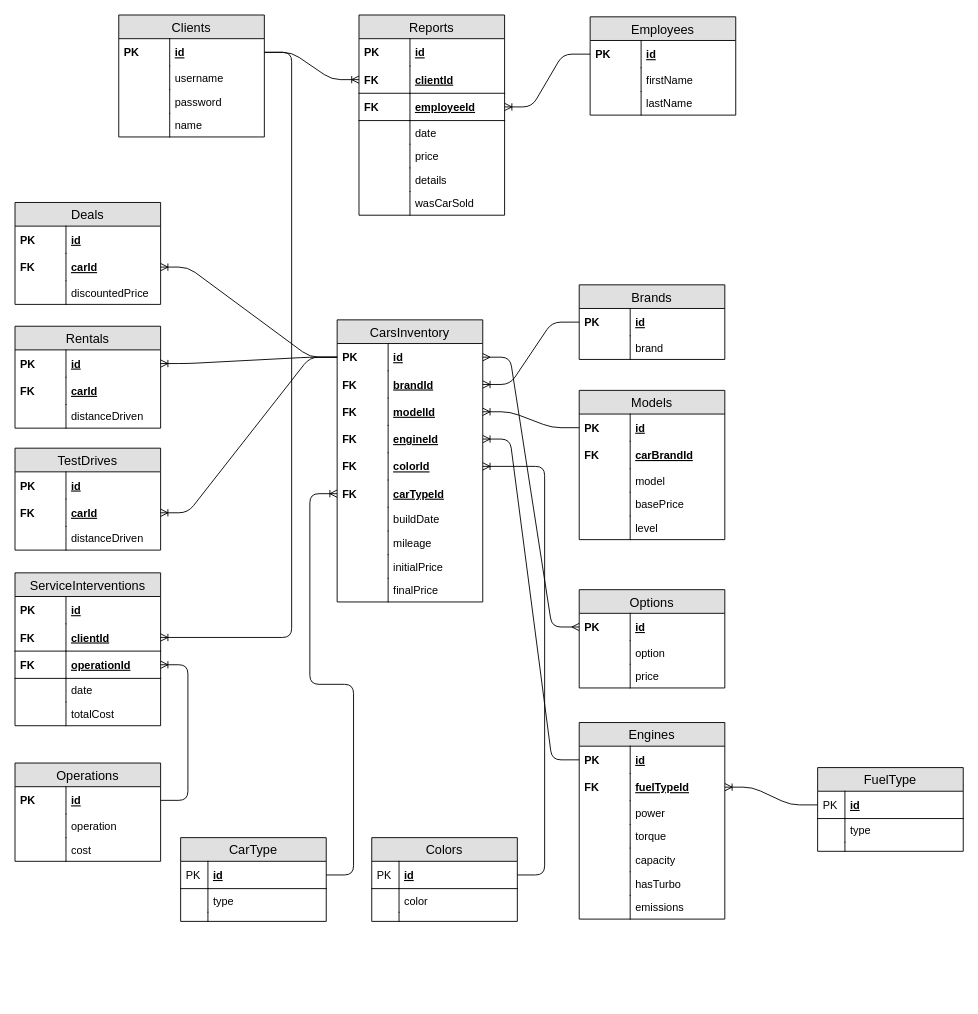
This is DB/CarDealerDB.drawio from alintintesan/CarDealer, a draw.io file, before an edit. Source tidied: cells renumbered, new cells numbered last; positions are measured from the earlier drawing's top-left corner, leaving out a move shared by most shapes. Both pictures are drawn from the tidied source at 91%, with x=0, y=0 at pixel (15, 15).
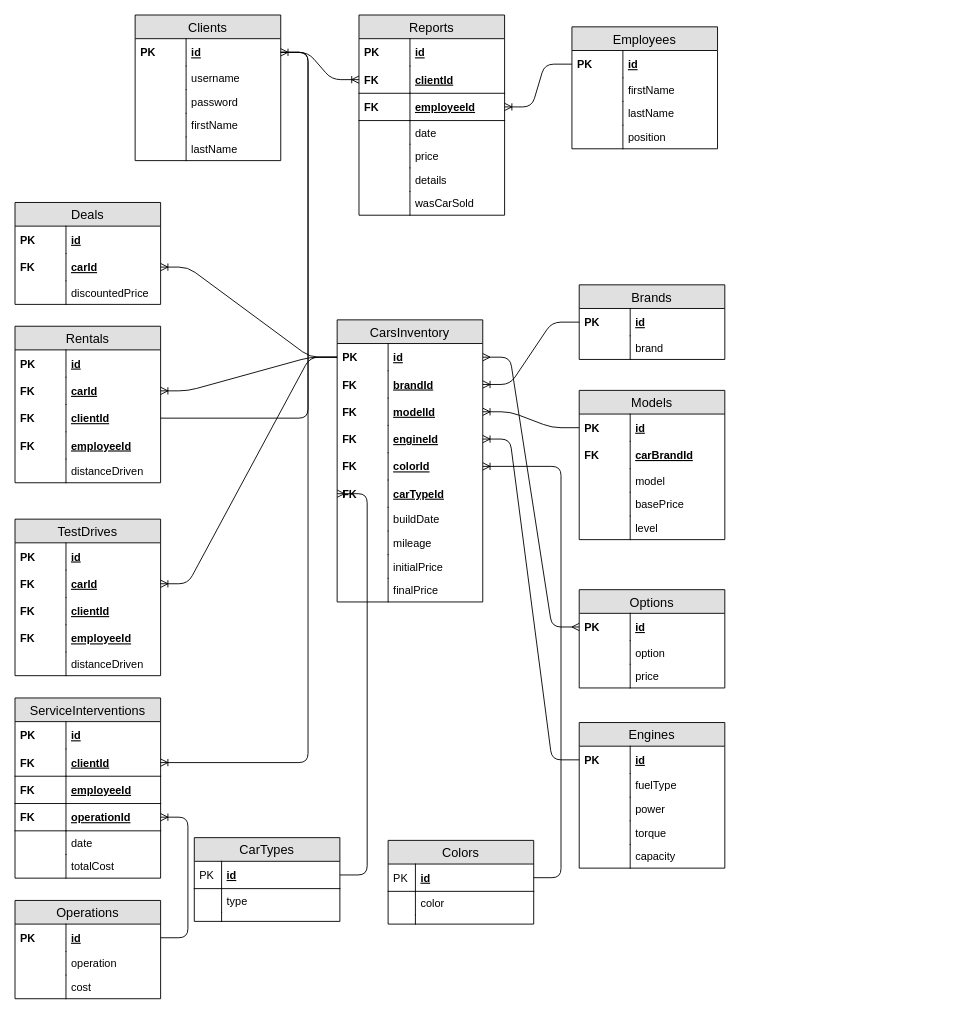
Above is the later version.

Unchanged cells that the change refers to:
```xml
<mxCell id="3" value="id" style="shape=partialRectangle;top=0;left=0;right=0;bottom=0;align=left;verticalAlign=middle;fillColor=none;spacingLeft=60;spacingRight=4;overflow=hidden;points=[[0,0.5],[1,0.5]];portConstraint=eastwest;fontStyle=5;fontSize=12;" parent="2" vertex="1">
  <mxGeometry y="26" width="160" height="30" as="geometry" />
</mxCell>
<mxCell id="19" value="id" style="shape=partialRectangle;top=0;left=0;right=0;bottom=0;align=left;verticalAlign=middle;fillColor=none;spacingLeft=60;spacingRight=4;overflow=hidden;points=[[0,0.5],[1,0.5]];portConstraint=eastwest;fontStyle=5;fontSize=12;" parent="18" vertex="1">
  <mxGeometry y="26" width="160" height="30" as="geometry" />
</mxCell>
<mxCell id="70" value="id" style="shape=partialRectangle;top=0;left=0;right=0;bottom=0;align=left;verticalAlign=middle;fillColor=none;spacingLeft=60;spacingRight=4;overflow=hidden;points=[[0,0.5],[1,0.5]];portConstraint=eastwest;fontStyle=5;fontSize=12;" parent="69" vertex="1">
  <mxGeometry y="26" width="160" height="30" as="geometry" />
</mxCell>
<mxCell id="72" value="carId" style="shape=partialRectangle;top=0;left=0;right=0;bottom=0;align=left;verticalAlign=middle;fillColor=none;spacingLeft=60;spacingRight=4;overflow=hidden;points=[[0,0.5],[1,0.5]];portConstraint=eastwest;fontStyle=5;fontSize=12;" parent="69" vertex="1">
  <mxGeometry y="56" width="160" height="30" as="geometry" />
</mxCell>
<mxCell id="131" value="id" style="shape=partialRectangle;top=0;left=0;right=0;bottom=0;align=left;verticalAlign=middle;fillColor=none;spacingLeft=60;spacingRight=4;overflow=hidden;points=[[0,0.5],[1,0.5]];portConstraint=eastwest;fontStyle=5;fontSize=12;" parent="130" vertex="1">
  <mxGeometry y="26" width="160" height="30" as="geometry" />
</mxCell>
```

Diff of the diagram source:
```diff
@@
     <mxCell id="2" value="Clients" style="swimlane;fontStyle=0;horizontal=1;startSize=26;fillColor=#e0e0e0;swimlaneFillColor=#ffffff;align=center;fontSize=14;" parent="1" vertex="1">
-      <mxGeometry x="114" width="160" height="134" as="geometry" />
+      <mxGeometry x="132" width="160" height="160" as="geometry" />
     </mxCell>
@@
-    <mxCell id="9" value="name" style="shape=partialRectangle;top=0;left=0;right=0;bottom=0;align=left;verticalAlign=top;fillColor=none;spacingLeft=60;spacingRight=4;overflow=hidden;fontSize=12;" parent="2" vertex="1">
+    <mxCell id="9" value="firstName" style="shape=partialRectangle;top=0;left=0;right=0;bottom=0;align=left;verticalAlign=top;fillColor=none;spacingLeft=60;spacingRight=4;overflow=hidden;fontSize=12;" parent="2" vertex="1">
       <mxGeometry y="108" width="160" height="26" as="geometry" />
     </mxCell>
@@
+    <mxCell id="166" value="lastName" style="shape=partialRectangle;top=0;left=0;right=0;bottom=0;align=left;verticalAlign=top;fillColor=none;spacingLeft=60;spacingRight=4;overflow=hidden;fontSize=12;" parent="2" vertex="1">
+      <mxGeometry y="134" width="160" height="26" as="geometry" />
+    </mxCell>
+    <mxCell id="167" style="shape=partialRectangle;top=0;left=0;bottom=0;fillColor=none;align=left;verticalAlign=top;spacingLeft=4;spacingRight=4;overflow=hidden;fontSize=12;" parent="166" vertex="1">
+      <mxGeometry width="56" height="26" as="geometry" />
+    </mxCell>
     <mxCell id="11" value="Employees" style="swimlane;fontStyle=0;horizontal=1;startSize=26;fillColor=#e0e0e0;swimlaneFillColor=#ffffff;align=center;fontSize=14;" parent="1" vertex="1">
-      <mxGeometry x="632" y="2" width="160" height="108" as="geometry" />
+      <mxGeometry x="612" y="13" width="160" height="134" as="geometry" />
     </mxCell>
@@
+    <mxCell id="168" value="position" style="shape=partialRectangle;top=0;left=0;right=0;bottom=0;align=left;verticalAlign=top;fillColor=none;spacingLeft=60;spacingRight=4;overflow=hidden;fontSize=12;" parent="11" vertex="1">
+      <mxGeometry y="108" width="160" height="26" as="geometry" />
+    </mxCell>
+    <mxCell id="169" style="shape=partialRectangle;top=0;left=0;bottom=0;fillColor=none;align=left;verticalAlign=top;spacingLeft=4;spacingRight=4;overflow=hidden;fontSize=12;" parent="168" vertex="1">
+      <mxGeometry width="56" height="26" as="geometry" />
+    </mxCell>
@@
     <mxCell id="69" value="Rentals" style="swimlane;fontStyle=0;horizontal=1;startSize=26;fillColor=#e0e0e0;swimlaneFillColor=#ffffff;align=center;fontSize=14;" parent="1" vertex="1">
-      <mxGeometry y="342" width="160" height="112" as="geometry" />
+      <mxGeometry y="342" width="160" height="172" as="geometry" />
     </mxCell>
@@
+    <mxCell id="170" value="clientId" style="shape=partialRectangle;top=0;left=0;right=0;bottom=0;align=left;verticalAlign=middle;fillColor=none;spacingLeft=60;spacingRight=4;overflow=hidden;points=[[0,0.5],[1,0.5]];portConstraint=eastwest;fontStyle=5;fontSize=12;" parent="69" vertex="1">
+      <mxGeometry y="86" width="160" height="30" as="geometry" />
+    </mxCell>
+    <mxCell id="171" value="FK" style="shape=partialRectangle;fontStyle=1;top=0;left=0;bottom=0;fillColor=none;align=left;verticalAlign=middle;spacingLeft=4;spacingRight=4;overflow=hidden;fontSize=12;" parent="170" vertex="1">
+      <mxGeometry width="56" height="30" as="geometry" />
+    </mxCell>
+    <mxCell id="172" value="employeeId" style="shape=partialRectangle;top=0;left=0;right=0;bottom=0;align=left;verticalAlign=middle;fillColor=none;spacingLeft=60;spacingRight=4;overflow=hidden;fontStyle=5;fontSize=12;" parent="69" vertex="1">
+      <mxGeometry y="116" width="160" height="30" as="geometry" />
+    </mxCell>
+    <mxCell id="173" value="FK" style="shape=partialRectangle;fontStyle=1;top=0;left=0;bottom=0;fillColor=none;align=left;verticalAlign=middle;spacingLeft=4;spacingRight=4;overflow=hidden;fontSize=12;" parent="172" vertex="1">
+      <mxGeometry width="56" height="30" as="geometry" />
+    </mxCell>
     <mxCell id="74" value="distanceDriven" style="shape=partialRectangle;top=0;left=0;right=0;bottom=0;align=left;verticalAlign=top;fillColor=none;spacingLeft=60;spacingRight=4;overflow=hidden;fontSize=12;" parent="69" vertex="1">
-      <mxGeometry y="86" width="160" height="26" as="geometry" />
+      <mxGeometry y="146" width="160" height="26" as="geometry" />
     </mxCell>
@@
     <mxCell id="76" value="TestDrives" style="swimlane;fontStyle=0;horizontal=1;startSize=26;fillColor=#e0e0e0;swimlaneFillColor=#ffffff;align=center;fontSize=14;" parent="1" vertex="1">
-      <mxGeometry y="476" width="160" height="112" as="geometry" />
+      <mxGeometry y="554" width="160" height="172" as="geometry" />
     </mxCell>
@@
+    <mxCell id="174" value="clientId" style="shape=partialRectangle;top=0;left=0;right=0;bottom=0;align=left;verticalAlign=middle;fillColor=none;spacingLeft=60;spacingRight=4;overflow=hidden;fontStyle=5;fontSize=12;" parent="76" vertex="1">
+      <mxGeometry y="86" width="160" height="30" as="geometry" />
+    </mxCell>
+    <mxCell id="175" value="FK" style="shape=partialRectangle;fontStyle=1;top=0;left=0;bottom=0;fillColor=none;align=left;verticalAlign=middle;spacingLeft=4;spacingRight=4;overflow=hidden;fontSize=12;" parent="174" vertex="1">
+      <mxGeometry width="56" height="30" as="geometry" />
+    </mxCell>
+    <mxCell id="176" value="employeeId" style="shape=partialRectangle;top=0;left=0;right=0;bottom=0;align=left;verticalAlign=middle;fillColor=none;spacingLeft=60;spacingRight=4;overflow=hidden;fontStyle=5;fontSize=12;" parent="76" vertex="1">
+      <mxGeometry y="116" width="160" height="30" as="geometry" />
+    </mxCell>
+    <mxCell id="177" value="FK" style="shape=partialRectangle;fontStyle=1;top=0;left=0;bottom=0;fillColor=none;align=left;verticalAlign=middle;spacingLeft=4;spacingRight=4;overflow=hidden;fontSize=12;" parent="176" vertex="1">
+      <mxGeometry width="56" height="30" as="geometry" />
+    </mxCell>
     <mxCell id="81" value="distanceDriven" style="shape=partialRectangle;top=0;left=0;right=0;bottom=0;align=left;verticalAlign=top;fillColor=none;spacingLeft=60;spacingRight=4;overflow=hidden;fontSize=12;" parent="76" vertex="1">
-      <mxGeometry y="86" width="160" height="26" as="geometry" />
+      <mxGeometry y="146" width="160" height="26" as="geometry" />
     </mxCell>
@@
     <mxCell id="83" value="Engines" style="swimlane;fontStyle=0;horizontal=1;startSize=26;fillColor=#e0e0e0;swimlaneFillColor=#ffffff;align=center;fontSize=14;" parent="1" vertex="1">
-      <mxGeometry x="620" y="777.5" width="160" height="216" as="geometry" />
+      <mxGeometry x="620" y="777.5" width="160" height="160" as="geometry" />
     </mxCell>
@@
-    <mxCell id="86" value="fuelTypeId" style="shape=partialRectangle;top=0;left=0;right=0;bottom=0;align=left;verticalAlign=middle;fillColor=none;spacingLeft=60;spacingRight=4;overflow=hidden;points=[[0,0.5],[1,0.5]];portConstraint=eastwest;fontStyle=5;fontSize=12;" parent="83" vertex="1">
-      <mxGeometry y="56" width="160" height="30" as="geometry" />
-    </mxCell>
-    <mxCell id="87" value="FK" style="shape=partialRectangle;fontStyle=1;top=0;left=0;bottom=0;fillColor=none;align=left;verticalAlign=middle;spacingLeft=4;spacingRight=4;overflow=hidden;fontSize=12;" parent="86" vertex="1">
-      <mxGeometry width="56" height="30" as="geometry" />
-    </mxCell>
+    <mxCell id="178" value="fuelType" style="shape=partialRectangle;top=0;left=0;right=0;bottom=0;align=left;verticalAlign=top;fillColor=none;spacingLeft=60;spacingRight=4;overflow=hidden;fontSize=12;" parent="83" vertex="1">
+      <mxGeometry y="56" width="160" height="26" as="geometry" />
+    </mxCell>
+    <mxCell id="179" style="shape=partialRectangle;top=0;left=0;bottom=0;fillColor=none;align=left;verticalAlign=top;spacingLeft=4;spacingRight=4;overflow=hidden;fontSize=12;" parent="178" vertex="1">
+      <mxGeometry width="56" height="26" as="geometry" />
+    </mxCell>
     <mxCell id="88" value="power" style="shape=partialRectangle;top=0;left=0;right=0;bottom=0;align=left;verticalAlign=top;fillColor=none;spacingLeft=60;spacingRight=4;overflow=hidden;fontSize=12;" parent="83" vertex="1">
-      <mxGeometry y="86" width="160" height="26" as="geometry" />
+      <mxGeometry y="82" width="160" height="26" as="geometry" />
     </mxCell>
@@
     <mxCell id="90" value="torque" style="shape=partialRectangle;top=0;left=0;right=0;bottom=0;align=left;verticalAlign=top;fillColor=none;spacingLeft=60;spacingRight=4;overflow=hidden;fontSize=12;" parent="83" vertex="1">
-      <mxGeometry y="112" width="160" height="26" as="geometry" />
+      <mxGeometry y="108" width="160" height="26" as="geometry" />
     </mxCell>
@@
     <mxCell id="92" value="capacity" style="shape=partialRectangle;top=0;left=0;right=0;bottom=0;align=left;verticalAlign=top;fillColor=none;spacingLeft=60;spacingRight=4;overflow=hidden;fontSize=12;" parent="83" vertex="1">
-      <mxGeometry y="138" width="160" height="26" as="geometry" />
+      <mxGeometry y="134" width="160" height="26" as="geometry" />
     </mxCell>
@@
-    <mxCell id="94" value="hasTurbo" style="shape=partialRectangle;top=0;left=0;right=0;bottom=0;align=left;verticalAlign=top;fillColor=none;spacingLeft=60;spacingRight=4;overflow=hidden;fontSize=12;" parent="83" vertex="1">
-      <mxGeometry y="164" width="160" height="26" as="geometry" />
-    </mxCell>
-    <mxCell id="95" style="shape=partialRectangle;top=0;left=0;bottom=0;fillColor=none;align=left;verticalAlign=top;spacingLeft=4;spacingRight=4;overflow=hidden;fontSize=12;" parent="94" vertex="1">
-      <mxGeometry width="56" height="26" as="geometry" />
-    </mxCell>
-    <mxCell id="96" value="emissions" style="shape=partialRectangle;top=0;left=0;right=0;bottom=0;align=left;verticalAlign=top;fillColor=none;spacingLeft=60;spacingRight=4;overflow=hidden;fontSize=12;" parent="83" vertex="1">
-      <mxGeometry y="190" width="160" height="26" as="geometry" />
-    </mxCell>
-    <mxCell id="97" style="shape=partialRectangle;top=0;left=0;bottom=0;fillColor=none;align=left;verticalAlign=top;spacingLeft=4;spacingRight=4;overflow=hidden;fontSize=12;" parent="96" vertex="1">
-      <mxGeometry width="56" height="26" as="geometry" />
-    </mxCell>
-    <mxCell id="98" value="FuelType" style="swimlane;fontStyle=0;horizontal=1;startSize=26;fillColor=#e0e0e0;swimlaneFillColor=#ffffff;align=center;fontSize=14;" parent="1" vertex="1">
-      <mxGeometry x="882" y="827" width="160" height="92" as="geometry" />
-    </mxCell>
-    <mxCell id="99" value="id" style="shape=partialRectangle;top=0;left=0;right=0;bottom=1;align=left;verticalAlign=middle;fillColor=none;spacingLeft=34;spacingRight=4;overflow=hidden;points=[[0,0.5],[1,0.5]];portConstraint=eastwest;fontStyle=5;fontSize=12;" parent="98" vertex="1">
-      <mxGeometry y="26" width="160" height="30" as="geometry" />
-    </mxCell>
-    <mxCell id="100" value="PK" style="shape=partialRectangle;top=0;left=0;bottom=0;fillColor=none;align=left;verticalAlign=middle;spacingLeft=4;spacingRight=4;overflow=hidden;fontSize=12;" parent="99" vertex="1">
-      <mxGeometry width="30" height="30" as="geometry" />
-    </mxCell>
-    <mxCell id="101" value="type" style="shape=partialRectangle;top=0;left=0;right=0;bottom=0;align=left;verticalAlign=top;fillColor=none;spacingLeft=34;spacingRight=4;overflow=hidden;fontSize=12;" parent="98" vertex="1">
-      <mxGeometry y="56" width="160" height="26" as="geometry" />
-    </mxCell>
-    <mxCell id="102" style="shape=partialRectangle;top=0;left=0;bottom=0;fillColor=none;align=left;verticalAlign=top;spacingLeft=4;spacingRight=4;overflow=hidden;fontSize=12;" parent="101" vertex="1">
-      <mxGeometry width="30" height="26" as="geometry" />
-    </mxCell>
-    <mxCell id="103" style="shape=partialRectangle;top=0;left=0;right=0;bottom=0;align=left;verticalAlign=top;fillColor=none;spacingLeft=34;spacingRight=4;overflow=hidden;fontSize=12;" parent="98" vertex="1">
-      <mxGeometry y="82" width="160" height="10" as="geometry" />
-    </mxCell>
-    <mxCell id="104" style="shape=partialRectangle;top=0;left=0;bottom=0;fillColor=none;align=left;verticalAlign=top;spacingLeft=4;spacingRight=4;overflow=hidden;fontSize=12;" parent="103" vertex="1">
-      <mxGeometry width="30" height="10" as="geometry" />
-    </mxCell>
     <mxCell id="105" value="Colors" style="swimlane;fontStyle=0;horizontal=1;startSize=26;fillColor=#e0e0e0;swimlaneFillColor=#ffffff;align=center;fontSize=14;" parent="1" vertex="1">
-      <mxGeometry x="392" y="904" width="160" height="92" as="geometry" />
+      <mxGeometry x="410" y="907" width="160" height="92" as="geometry" />
     </mxCell>
@@
-    <mxCell id="112" value="CarType" style="swimlane;fontStyle=0;horizontal=1;startSize=26;fillColor=#e0e0e0;swimlaneFillColor=#ffffff;align=center;fontSize=14;" parent="1" vertex="1">
-      <mxGeometry x="182" y="904" width="160" height="92" as="geometry" />
+    <mxCell id="112" value="CarTypes" style="swimlane;fontStyle=0;horizontal=1;startSize=26;fillColor=#e0e0e0;swimlaneFillColor=#ffffff;align=center;fontSize=14;" parent="1" vertex="1">
+      <mxGeometry x="197" y="904" width="160" height="92" as="geometry" />
     </mxCell>
@@
     <mxCell id="119" value="ServiceInterventions" style="swimlane;fontStyle=0;horizontal=1;startSize=26;fillColor=#e0e0e0;swimlaneFillColor=#ffffff;align=center;fontSize=14;" parent="1" vertex="1">
-      <mxGeometry y="613" width="160" height="168" as="geometry" />
+      <mxGeometry y="750.5" width="160" height="198" as="geometry" />
     </mxCell>
@@
-    <mxCell id="124" value="operationId" style="shape=partialRectangle;top=0;left=0;right=0;bottom=1;align=left;verticalAlign=middle;fillColor=none;spacingLeft=60;spacingRight=4;overflow=hidden;points=[[0,0.5],[1,0.5]];portConstraint=eastwest;fontStyle=5;fontSize=12;" parent="119" vertex="1">
+    <mxCell id="124" value="employeeId" style="shape=partialRectangle;top=0;left=0;right=0;bottom=1;align=left;verticalAlign=middle;fillColor=none;spacingLeft=60;spacingRight=4;overflow=hidden;points=[[0,0.5],[1,0.5]];portConstraint=eastwest;fontStyle=5;fontSize=12;" parent="119" vertex="1">
       <mxGeometry y="86" width="160" height="30" as="geometry" />
     </mxCell>
@@
+    <mxCell id="180" value="operationId" style="shape=partialRectangle;top=0;left=0;right=0;bottom=1;align=left;verticalAlign=middle;fillColor=none;spacingLeft=60;spacingRight=4;overflow=hidden;points=[[0,0.5],[1,0.5]];portConstraint=eastwest;fontStyle=5;fontSize=12;" parent="119" vertex="1">
+      <mxGeometry y="116" width="160" height="30" as="geometry" />
+    </mxCell>
+    <mxCell id="181" value="FK" style="shape=partialRectangle;fontStyle=1;top=0;left=0;bottom=0;fillColor=none;align=left;verticalAlign=middle;spacingLeft=4;spacingRight=4;overflow=hidden;fontSize=12;" parent="180" vertex="1">
+      <mxGeometry width="56" height="30" as="geometry" />
+    </mxCell>
     <mxCell id="126" value="date" style="shape=partialRectangle;top=0;left=0;right=0;bottom=0;align=left;verticalAlign=top;fillColor=none;spacingLeft=60;spacingRight=4;overflow=hidden;fontSize=12;" parent="119" vertex="1">
-      <mxGeometry y="116" width="160" height="26" as="geometry" />
+      <mxGeometry y="146" width="160" height="26" as="geometry" />
     </mxCell>
@@
     <mxCell id="128" value="totalCost" style="shape=partialRectangle;top=0;left=0;right=0;bottom=0;align=left;verticalAlign=top;fillColor=none;spacingLeft=60;spacingRight=4;overflow=hidden;fontSize=12;" parent="119" vertex="1">
-      <mxGeometry y="142" width="160" height="26" as="geometry" />
+      <mxGeometry y="172" width="160" height="26" as="geometry" />
     </mxCell>
@@
     <mxCell id="130" value="Operations" style="swimlane;fontStyle=0;horizontal=1;startSize=26;fillColor=#e0e0e0;swimlaneFillColor=#ffffff;align=center;fontSize=14;" parent="1" vertex="1">
-      <mxGeometry y="822" width="160" height="108" as="geometry" />
+      <mxGeometry y="973" width="160" height="108" as="geometry" />
     </mxCell>
@@
-    <mxCell id="160" style="edgeStyle=entityRelationEdgeStyle;fontSize=12;html=1;endArrow=ERoneToMany;" parent="1" edge="1" source="99" target="86">
-      <mxGeometry relative="1" as="geometry" />
-    </mxCell>
-    <mxCell id="161" style="edgeStyle=entityRelationEdgeStyle;fontSize=12;html=1;endArrow=ERoneToMany;" parent="1" edge="1" source="131" target="124">
+    <mxCell id="161" style="edgeStyle=entityRelationEdgeStyle;fontSize=12;html=1;endArrow=ERoneToMany;" parent="1" edge="1" source="131" target="180">
       <mxGeometry relative="1" as="geometry" />
     </mxCell>
@@
-    <mxCell id="164" style="edgeStyle=entityRelationEdgeStyle;fontSize=12;html=1;endArrow=ERoneToMany;" parent="1" edge="1" source="19" target="70">
+    <mxCell id="164" style="edgeStyle=entityRelationEdgeStyle;fontSize=12;html=1;endArrow=ERoneToMany;" parent="1" edge="1" source="19" target="72">
       <mxGeometry relative="1" as="geometry" />
     </mxCell>
@@
+    <mxCell id="182" style="edgeStyle=entityRelationEdgeStyle;fontSize=12;html=1;endArrow=ERoneToMany;" parent="1" edge="1" source="170" target="3">
+      <mxGeometry relative="1" as="geometry" />
+    </mxCell>
```
